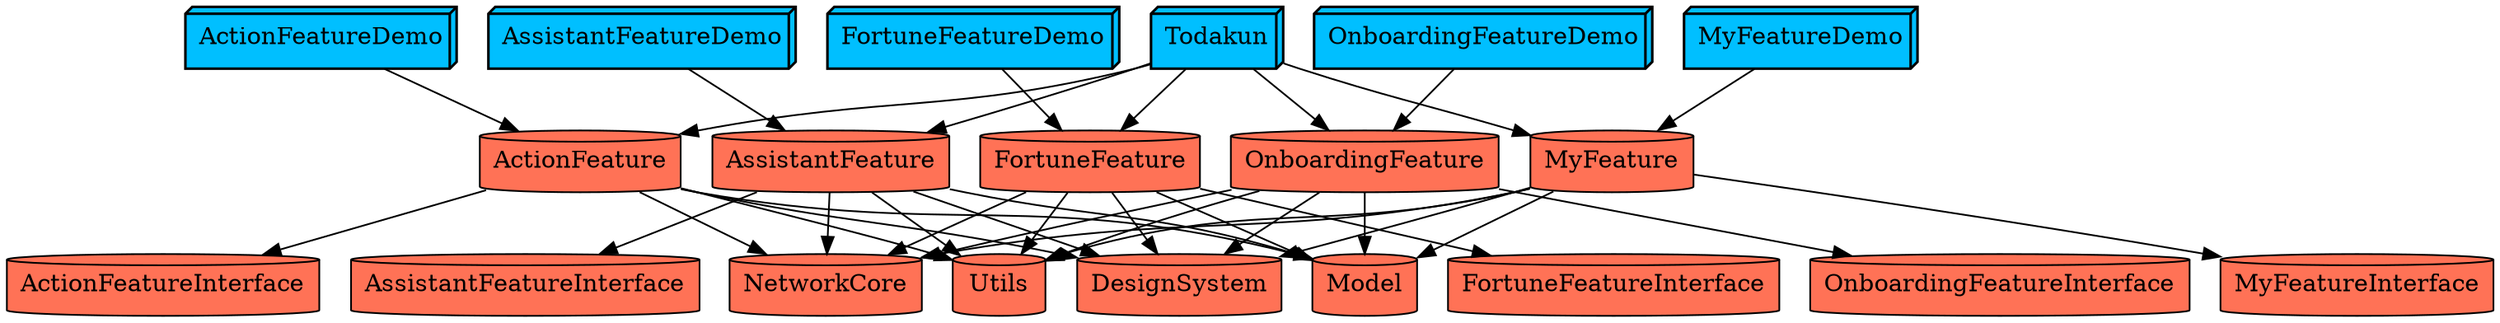
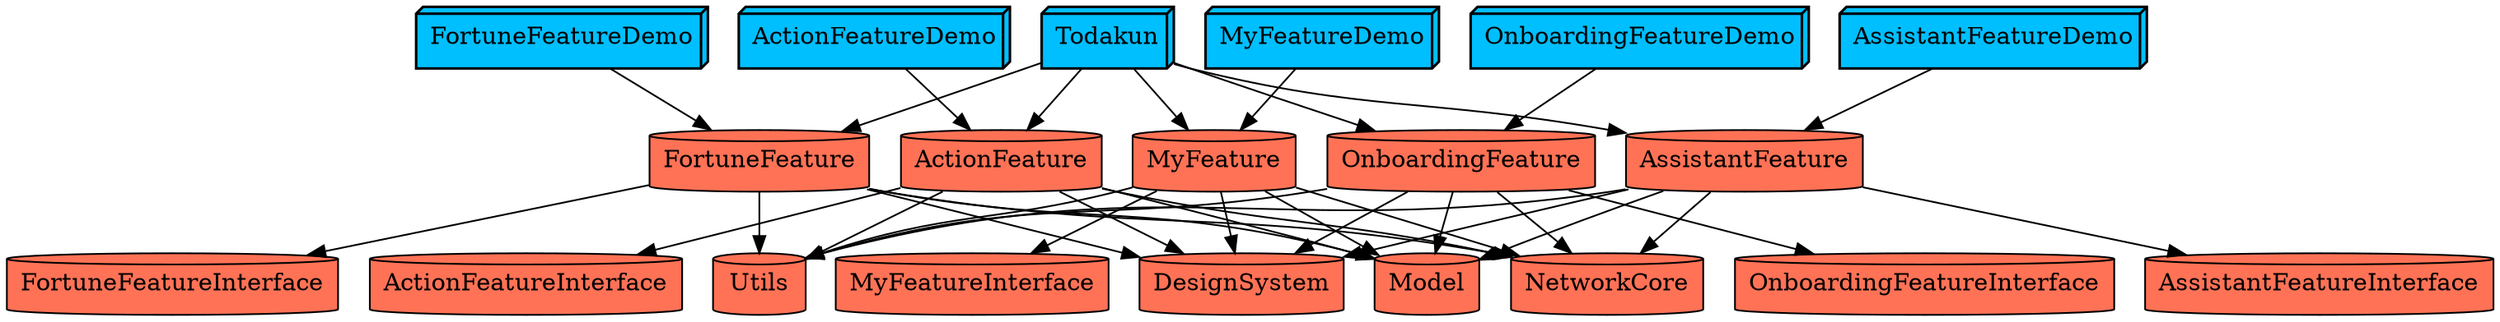
digraph {
+   ActionFeature -> ActionFeatureInterface
+   ActionFeature -> DesignSystem
+   ActionFeature -> Model
+   ActionFeature -> NetworkCore
+   ActionFeature -> Utils
  ActionFeature [fillcolor=coral1 shape=cylinder style=filled]
+   ActionFeatureDemo -> ActionFeature
  ActionFeatureDemo [fillcolor=deepskyblue penwidth="1.5" shape=box3d style=filled]
  ActionFeatureInterface [fillcolor=coral1 shape=cylinder style=filled]
+   AssistantFeature -> AssistantFeatureInterface
+   AssistantFeature -> DesignSystem
+   AssistantFeature -> Model
+   AssistantFeature -> NetworkCore
+   AssistantFeature -> Utils
  AssistantFeature [fillcolor=coral1 shape=cylinder style=filled]
+   AssistantFeatureDemo -> AssistantFeature
  AssistantFeatureDemo [fillcolor=deepskyblue penwidth="1.5" shape=box3d style=filled]
  AssistantFeatureInterface [fillcolor=coral1 shape=cylinder style=filled]
  DesignSystem [fillcolor=coral1 shape=cylinder style=filled]
+   FortuneFeature -> DesignSystem
+   FortuneFeature -> FortuneFeatureInterface
+   FortuneFeature -> Model
+   FortuneFeature -> NetworkCore
+   FortuneFeature -> Utils
  FortuneFeature [fillcolor=coral1 shape=cylinder style=filled]
+   FortuneFeatureDemo -> FortuneFeature
  FortuneFeatureDemo [fillcolor=deepskyblue penwidth="1.5" shape=box3d style=filled]
  FortuneFeatureInterface [fillcolor=coral1 shape=cylinder style=filled]
  Model [fillcolor=coral1 shape=cylinder style=filled]
+   MyFeature -> DesignSystem
+   MyFeature -> Model
+   MyFeature -> MyFeatureInterface
+   MyFeature -> NetworkCore
+   MyFeature -> Utils
  MyFeature [fillcolor=coral1 shape=cylinder style=filled]
+   MyFeatureDemo -> MyFeature
  MyFeatureDemo [fillcolor=deepskyblue penwidth="1.5" shape=box3d style=filled]
  MyFeatureInterface [fillcolor=coral1 shape=cylinder style=filled]
  NetworkCore [fillcolor=coral1 shape=cylinder style=filled]
+   OnboardingFeature -> DesignSystem
+   OnboardingFeature -> Model
+   OnboardingFeature -> NetworkCore
+   OnboardingFeature -> OnboardingFeatureInterface
+   OnboardingFeature -> Utils
  OnboardingFeature [fillcolor=coral1 shape=cylinder style=filled]
+   OnboardingFeatureDemo -> OnboardingFeature
  OnboardingFeatureDemo [fillcolor=deepskyblue penwidth="1.5" shape=box3d style=filled]
  OnboardingFeatureInterface [fillcolor=coral1 shape=cylinder style=filled]
+   Todakun -> ActionFeature
+   Todakun -> AssistantFeature
+   Todakun -> FortuneFeature
+   Todakun -> MyFeature
+   Todakun -> OnboardingFeature
  Todakun [fillcolor=deepskyblue penwidth="1.5" shape=box3d style=filled]
  Utils [fillcolor=coral1 shape=cylinder style=filled]
-   ActionFeature -> ActionFeatureInterface
-   ActionFeature -> Utils
-   ActionFeature -> DesignSystem
-   ActionFeature -> Model
-   ActionFeature -> NetworkCore
-   ActionFeatureDemo -> ActionFeature
-   AssistantFeature -> NetworkCore
-   AssistantFeature -> DesignSystem
-   AssistantFeature -> Utils
-   AssistantFeature -> AssistantFeatureInterface
-   AssistantFeature -> Model
-   AssistantFeatureDemo -> AssistantFeature
-   FortuneFeature -> Utils
-   FortuneFeature -> NetworkCore
-   FortuneFeature -> DesignSystem
-   FortuneFeature -> Model
-   FortuneFeature -> FortuneFeatureInterface
-   FortuneFeatureDemo -> FortuneFeature
-   MyFeature -> NetworkCore
-   MyFeature -> Model
-   MyFeature -> Utils
-   MyFeature -> MyFeatureInterface
-   MyFeature -> DesignSystem
-   MyFeatureDemo -> MyFeature
-   OnboardingFeature -> OnboardingFeatureInterface
-   OnboardingFeature -> Utils
-   OnboardingFeature -> NetworkCore
-   OnboardingFeature -> DesignSystem
-   OnboardingFeature -> Model
-   OnboardingFeatureDemo -> OnboardingFeature
-   Todakun -> ActionFeature
-   Todakun -> OnboardingFeature
-   Todakun -> MyFeature
-   Todakun -> FortuneFeature
-   Todakun -> AssistantFeature
}